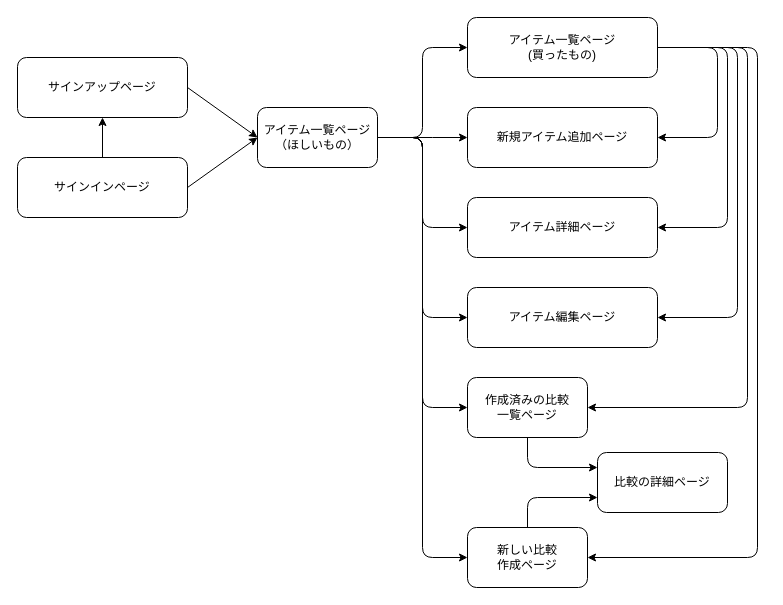
The draw.io diagram 遷移図.dio in Feelfym/wishdig, before the edit. Source tidied: cells renumbered, new cells numbered last; positions are measured from the earlier drawing's top-left corner, leaving out a move shared by most shapes. Both pictures are drawn from the tidied source at 100%, with x=0, y=0 at pixel (17, 17).
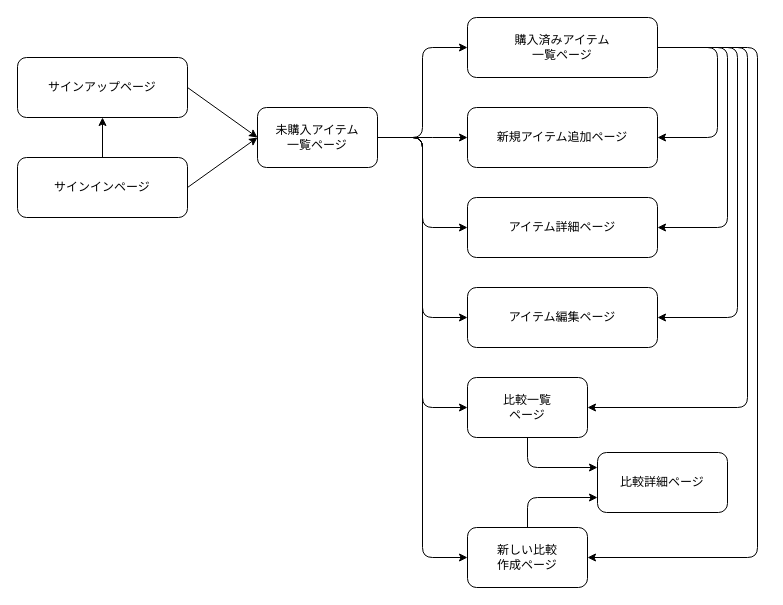
After the change.

Change to the diagram source:
```diff
@@
-    <mxCell id="13" value="アイテム一覧ページ&lt;br&gt;（ほしいもの）" style="rounded=1;whiteSpace=wrap;html=1;" parent="1" vertex="1">
+    <mxCell id="13" value="未購入アイテム&lt;br&gt;一覧ページ" style="rounded=1;whiteSpace=wrap;html=1;" parent="1" vertex="1">
       <mxGeometry x="240" y="90" width="120" height="60" as="geometry" />
     </mxCell>
@@
-    <mxCell id="19" value="アイテム一覧ページ&lt;br&gt;(買ったもの)" style="rounded=1;whiteSpace=wrap;html=1;" parent="1" vertex="1">
+    <mxCell id="19" value="購入済みアイテム&lt;br&gt;一覧ページ" style="rounded=1;whiteSpace=wrap;html=1;" parent="1" vertex="1">
       <mxGeometry x="450" width="190" height="60" as="geometry" />
     </mxCell>
@@
-    <mxCell id="26" value="作成済みの比較&lt;br&gt;一覧ページ" style="rounded=1;whiteSpace=wrap;html=1;" parent="1" vertex="1">
+    <mxCell id="26" value="比較一覧&lt;br&gt;ページ" style="rounded=1;whiteSpace=wrap;html=1;" parent="1" vertex="1">
       <mxGeometry x="450" y="360" width="120" height="60" as="geometry" />
     </mxCell>
-    <mxCell id="27" value="比較の詳細ページ" style="rounded=1;whiteSpace=wrap;html=1;" parent="1" vertex="1">
+    <mxCell id="27" value="比較詳細ページ" style="rounded=1;whiteSpace=wrap;html=1;" parent="1" vertex="1">
       <mxGeometry x="580" y="435" width="130" height="60" as="geometry" />
     </mxCell>
```
